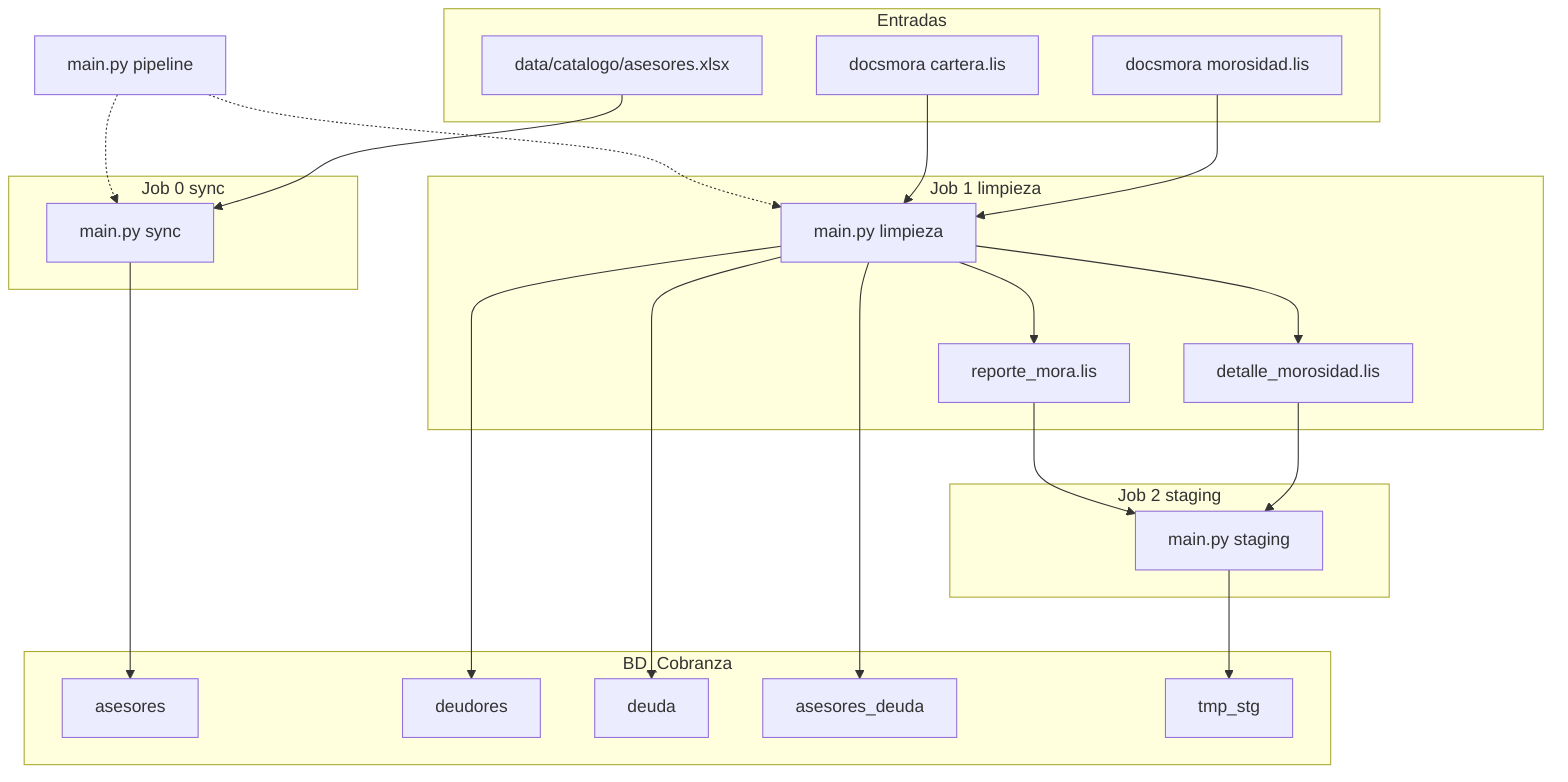
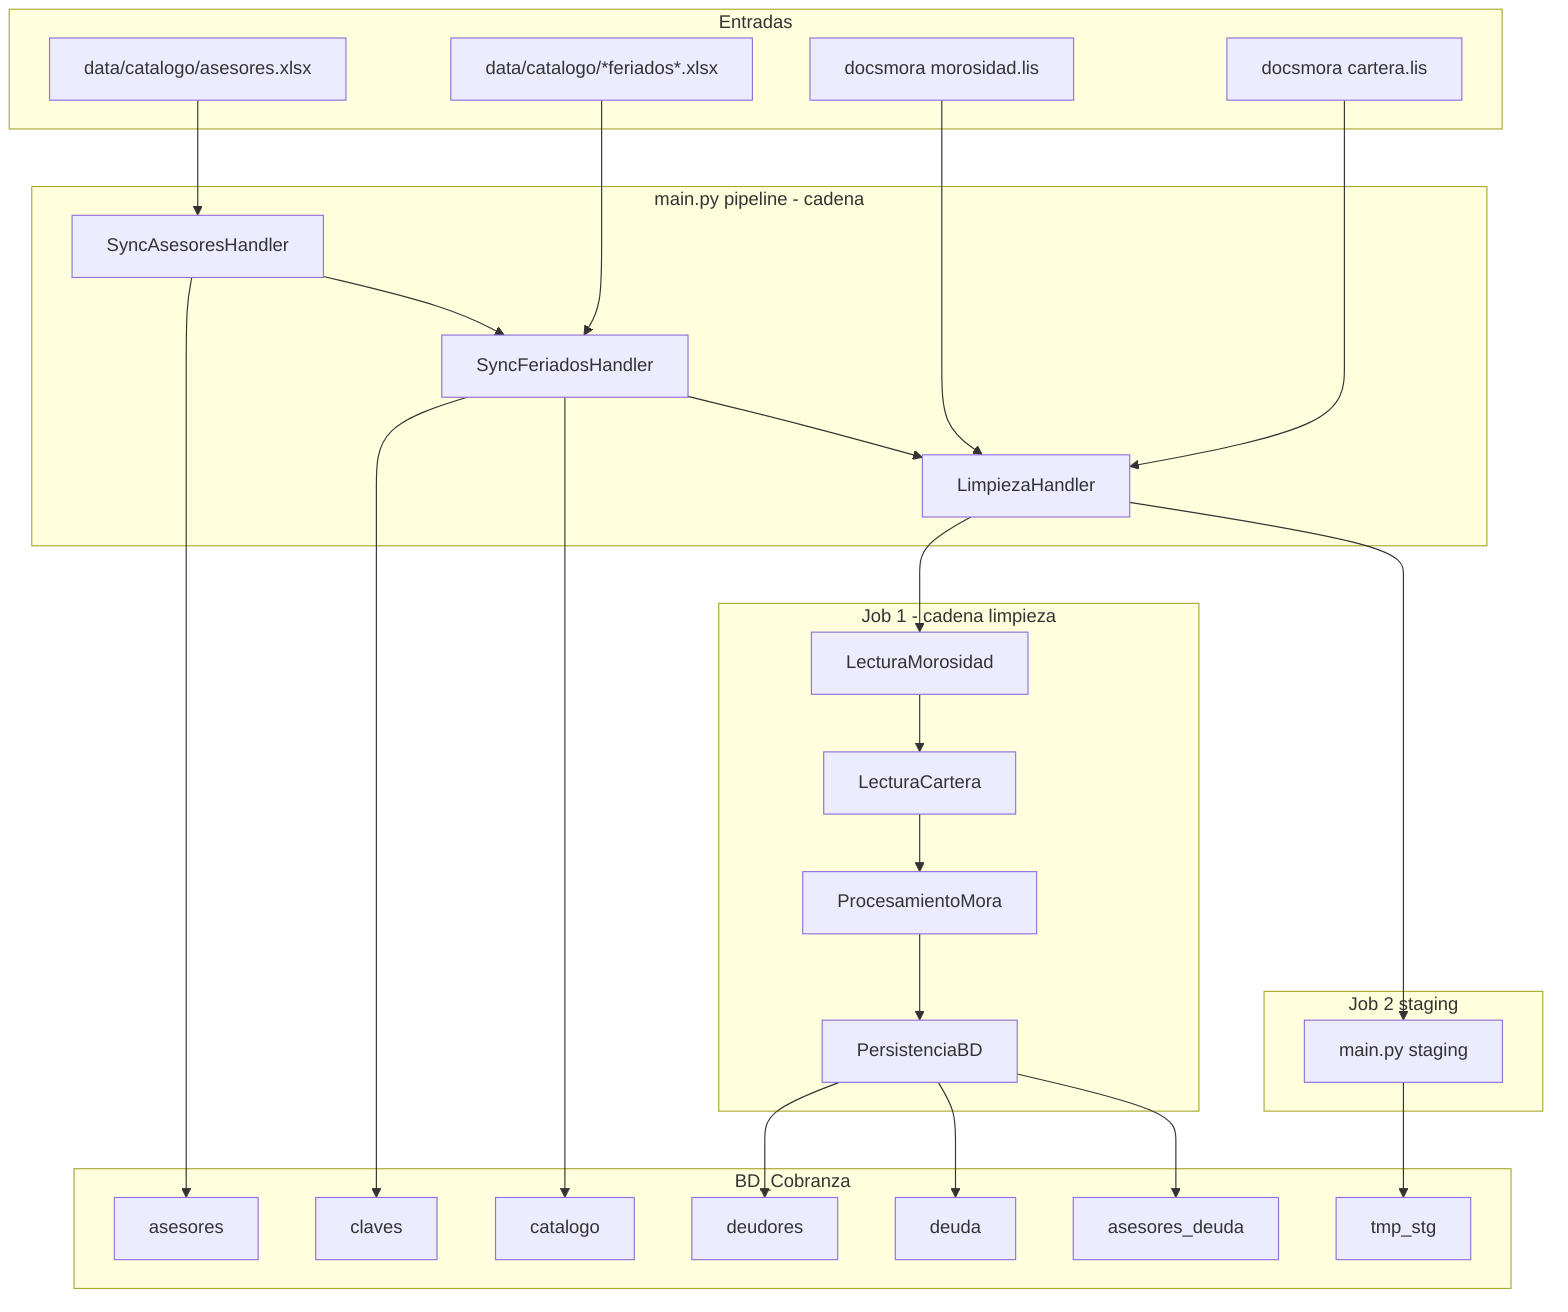
flowchart TB
    subgraph entrada [Entradas]
        XLS[data/catalogo/asesores.xlsx]
+         XLSF[data/catalogo/*feriados*.xlsx]
        CORE1[docsmora morosidad.lis]
        CORE2[docsmora cartera.lis]
    end

-     subgraph job0 [Job 0 sync]
-         J0[main.py sync]
+     subgraph pipeline [main.py pipeline - cadena]
+         H0[SyncAsesoresHandler]
+         H0b[SyncFeriadosHandler]
+         H1[LimpiezaHandler]
+         H0 --> H0b --> H1
    end

-     subgraph job1 [Job 1 limpieza]
-         J1[main.py limpieza]
-         OUT1[detalle_morosidad.lis]
-         OUT2[reporte_mora.lis]
+     subgraph job1_interno [Job 1 - cadena limpieza]
+         L1[LecturaMorosidad]
+         L2[LecturaCartera]
+         L3[ProcesamientoMora]
+         L4[PersistenciaBD]
+         L1 --> L2 --> L3 --> L4
    end

    subgraph job2 [Job 2 staging]
        J2[main.py staging]
    end

    subgraph bd [BD_Cobranza]
        T_AS[asesores]
+         T_CL[claves]
+         T_CAT[catalogo]
        T_DEU[deudores]
        T_DEUDA[deuda]
        T_AD[asesores_deuda]
        T_TMP[tmp_stg]
    end

-     XLS --> J0 --> T_AS
-     CORE1 --> J1
-     CORE2 --> J1
-     J1 --> OUT1
-     J1 --> OUT2
-     J1 --> T_DEU
-     J1 --> T_DEUDA
-     J1 --> T_AD
-     OUT1 --> J2
-     OUT2 --> J2
+     XLS --> H0 --> T_AS
+     XLSF --> H0b --> T_CL
+     H0b --> T_CAT
+     CORE1 --> H1
+     CORE2 --> H1
+     H1 --> L1
+     L4 --> T_DEU
+     L4 --> T_DEUDA
+     L4 --> T_AD
+     H1 --> J2
    J2 --> T_TMP
- 
-     PIPE[main.py pipeline] -.-> J0
-     PIPE -.-> J1
